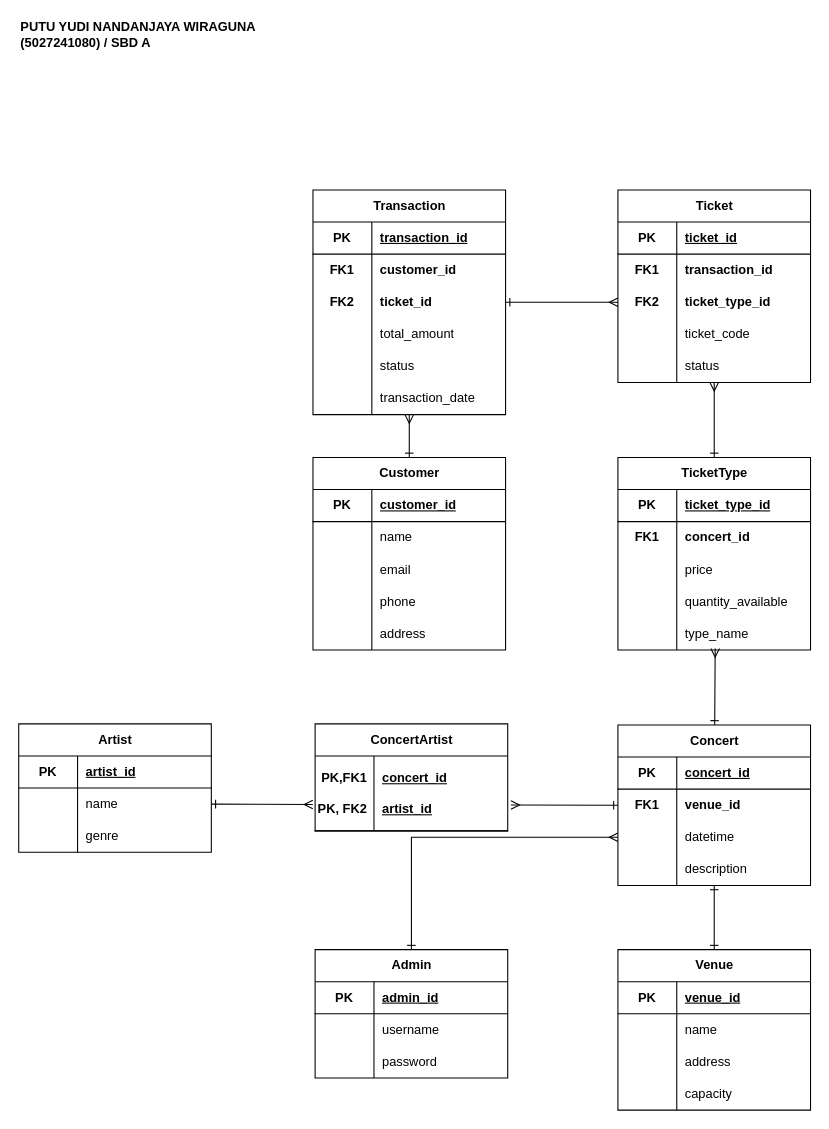
yudi0312/Sistem-Basis-Data keeps this draw.io diagram as Soal3-Modul1-SBD.drawio. Above is the earlier version. Source tidied: cells renumbered, new cells numbered last; positions are measured from the earlier drawing's top-left corner, leaving out a move shared by most shapes. Both pictures are drawn from the tidied source at 107%, with x=0, y=0 at pixel (18, 18).
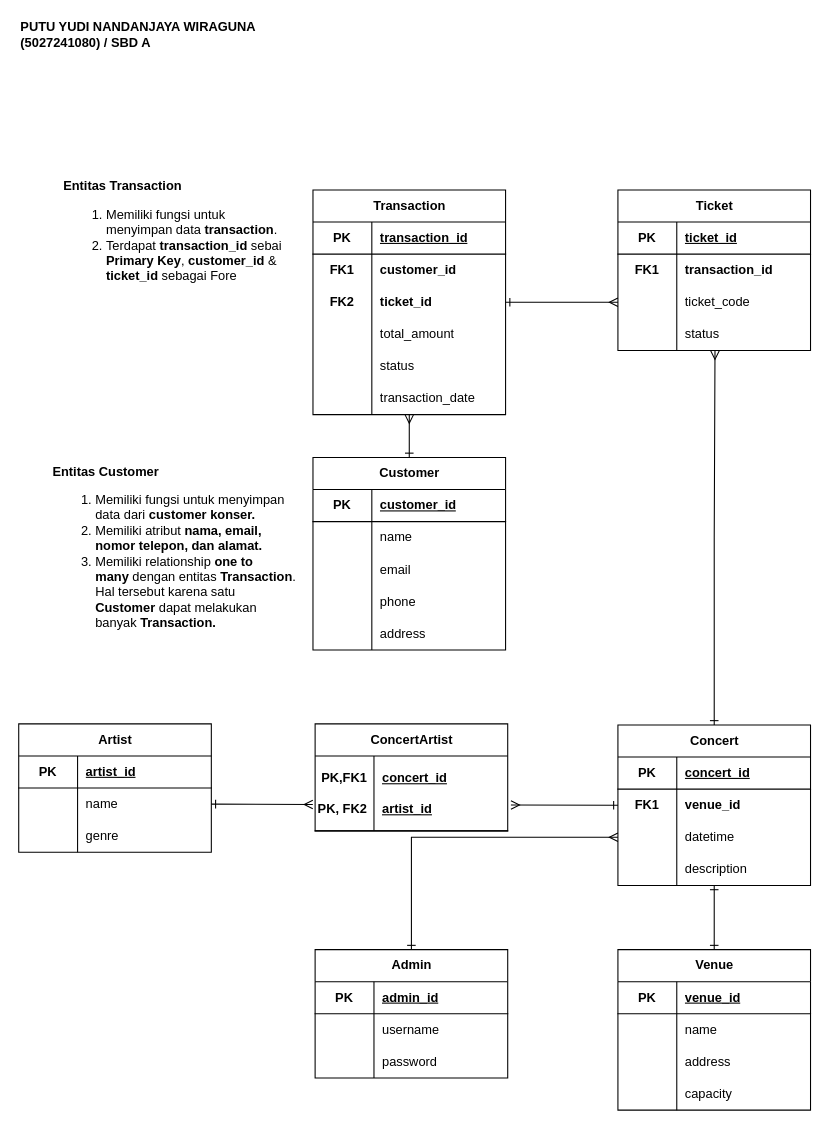
The same diagram, later.

The change refers to these unchanged cells:
```xml
<mxCell id="25" style="shape=tableRow;horizontal=0;startSize=0;swimlaneHead=0;swimlaneBody=0;fillColor=none;points=[[0,0.5],[1,0.5]];portConstraint=eastwest;top=0;left=0;right=0;bottom=0;" parent="18" vertex="1">
  <mxGeometry y="90" width="180" height="30" as="geometry" />
</mxCell>
<mxCell id="69" value="Concert" style="shape=table;startSize=30;childLayout=tableLayout;rowLines=0;fontStyle=1;align=center;html=1;" parent="1" vertex="1">
  <mxGeometry x="560" y="660" width="180" height="150" as="geometry" />
</mxCell>
```

What changed in the source:
```diff
@@
     <mxCell id="37" value="Ticket" style="shape=table;startSize=30;childLayout=tableLayout;rowLines=0;fontStyle=1;align=center;html=1;" parent="1" vertex="1">
-      <mxGeometry x="560" y="160" width="180" height="180" as="geometry" />
+      <mxGeometry x="560" y="160" width="180" height="150" as="geometry" />
     </mxCell>
@@
-    <mxCell id="44" style="shape=tableRow;horizontal=0;startSize=0;swimlaneHead=0;swimlaneBody=0;fillColor=none;points=[[0,0.5],[1,0.5]];portConstraint=eastwest;top=0;left=0;right=0;bottom=0;" parent="37" vertex="1">
-      <mxGeometry y="90" width="180" height="30" as="geometry" />
-    </mxCell>
-    <mxCell id="45" value="&lt;b&gt;FK2&lt;/b&gt;" style="shape=partialRectangle;fillColor=none;top=0;left=0;bottom=0;right=0;overflow=hidden;whiteSpace=wrap;html=1;" parent="44" vertex="1">
-      <mxGeometry width="55" height="30" as="geometry" />
-    </mxCell>
-    <mxCell id="46" value="&lt;b&gt;ticket_type_id&lt;/b&gt;" style="shape=partialRectangle;fillColor=none;top=0;left=0;bottom=0;right=0;align=left;spacingLeft=6;overflow=hidden;whiteSpace=wrap;html=1;" parent="44" vertex="1">
-      <mxGeometry x="55" width="125" height="30" as="geometry" />
-    </mxCell>
     <mxCell id="47" style="shape=tableRow;horizontal=0;startSize=0;swimlaneHead=0;swimlaneBody=0;fillColor=none;top=0;left=0;right=0;bottom=0;" parent="37" vertex="1">
-      <mxGeometry y="120" width="180" height="30" as="geometry" />
+      <mxGeometry y="90" width="180" height="30" as="geometry" />
     </mxCell>
@@
     <mxCell id="50" style="shape=tableRow;horizontal=0;startSize=0;swimlaneHead=0;swimlaneBody=0;fillColor=none;points=[[0,0.5],[1,0.5]];portConstraint=eastwest;top=0;left=0;right=0;bottom=0;" parent="37" vertex="1">
-      <mxGeometry y="150" width="180" height="30" as="geometry" />
+      <mxGeometry y="120" width="180" height="30" as="geometry" />
     </mxCell>
@@
-    <mxCell id="53" value="TicketType" style="shape=table;startSize=30;childLayout=tableLayout;rowLines=0;fontStyle=1;align=center;html=1;" parent="1" vertex="1">
-      <mxGeometry x="560" y="410" width="180" height="180" as="geometry" />
-    </mxCell>
-    <mxCell id="54" style="shape=tableRow;horizontal=0;startSize=0;swimlaneHead=0;swimlaneBody=0;fillColor=none;top=0;left=0;right=0;bottom=1;" parent="53" vertex="1">
-      <mxGeometry y="30" width="180" height="30" as="geometry" />
-    </mxCell>
-    <mxCell id="55" value="PK" style="shape=partialRectangle;fillColor=none;top=0;left=0;bottom=0;right=0;fontStyle=1;overflow=hidden;whiteSpace=wrap;html=1;" parent="54" vertex="1">
-      <mxGeometry width="55" height="30" as="geometry" />
-    </mxCell>
-    <mxCell id="56" value="ticket_type_id" style="shape=partialRectangle;fillColor=none;top=0;left=0;bottom=0;right=0;align=left;spacingLeft=6;fontStyle=5;overflow=hidden;whiteSpace=wrap;html=1;" parent="54" vertex="1">
-      <mxGeometry x="55" width="125" height="30" as="geometry" />
-    </mxCell>
-    <mxCell id="57" style="shape=tableRow;horizontal=0;startSize=0;swimlaneHead=0;swimlaneBody=0;fillColor=none;top=0;left=0;right=0;bottom=0;" parent="53" vertex="1">
-      <mxGeometry y="60" width="180" height="30" as="geometry" />
-    </mxCell>
-    <mxCell id="58" value="&lt;b&gt;FK1&lt;/b&gt;" style="shape=partialRectangle;fillColor=none;top=0;left=0;bottom=0;right=0;overflow=hidden;whiteSpace=wrap;html=1;" parent="57" vertex="1">
-      <mxGeometry width="55" height="30" as="geometry" />
-    </mxCell>
-    <mxCell id="59" value="&lt;b&gt;concert_id&lt;/b&gt;" style="shape=partialRectangle;fillColor=none;top=0;left=0;bottom=0;right=0;align=left;spacingLeft=6;overflow=hidden;whiteSpace=wrap;html=1;" parent="57" vertex="1">
-      <mxGeometry x="55" width="125" height="30" as="geometry" />
-    </mxCell>
-    <mxCell id="60" style="shape=tableRow;horizontal=0;startSize=0;swimlaneHead=0;swimlaneBody=0;fillColor=none;top=0;left=0;right=0;bottom=0;" parent="53" vertex="1">
-      <mxGeometry y="90" width="180" height="30" as="geometry" />
-    </mxCell>
-    <mxCell id="61" style="shape=partialRectangle;fillColor=none;top=0;left=0;bottom=0;right=0;overflow=hidden;whiteSpace=wrap;html=1;" parent="60" vertex="1">
-      <mxGeometry width="55" height="30" as="geometry" />
-    </mxCell>
-    <mxCell id="62" value="price" style="shape=partialRectangle;fillColor=none;top=0;left=0;bottom=0;right=0;align=left;spacingLeft=6;overflow=hidden;whiteSpace=wrap;html=1;" parent="60" vertex="1">
-      <mxGeometry x="55" width="125" height="30" as="geometry" />
-    </mxCell>
-    <mxCell id="63" style="shape=tableRow;horizontal=0;startSize=0;swimlaneHead=0;swimlaneBody=0;fillColor=none;top=0;left=0;right=0;bottom=0;" parent="53" vertex="1">
-      <mxGeometry y="120" width="180" height="30" as="geometry" />
-    </mxCell>
-    <mxCell id="64" style="shape=partialRectangle;fillColor=none;top=0;left=0;bottom=0;right=0;overflow=hidden;whiteSpace=wrap;html=1;" parent="63" vertex="1">
-      <mxGeometry width="55" height="30" as="geometry" />
-    </mxCell>
-    <mxCell id="65" value="quantity_available" style="shape=partialRectangle;fillColor=none;top=0;left=0;bottom=0;right=0;align=left;spacingLeft=6;overflow=hidden;whiteSpace=wrap;html=1;" parent="63" vertex="1">
-      <mxGeometry x="55" width="125" height="30" as="geometry" />
-    </mxCell>
-    <mxCell id="66" style="shape=tableRow;horizontal=0;startSize=0;swimlaneHead=0;swimlaneBody=0;fillColor=none;points=[[0,0.5],[1,0.5]];portConstraint=eastwest;top=0;left=0;right=0;bottom=0;" parent="53" vertex="1">
-      <mxGeometry y="150" width="180" height="30" as="geometry" />
-    </mxCell>
-    <mxCell id="67" style="shape=partialRectangle;fillColor=none;top=0;left=0;bottom=0;right=0;overflow=hidden;whiteSpace=wrap;html=1;" parent="66" vertex="1">
-      <mxGeometry width="55" height="30" as="geometry" />
-    </mxCell>
-    <mxCell id="68" value="type_name" style="shape=partialRectangle;fillColor=none;top=0;left=0;bottom=0;right=0;align=left;spacingLeft=6;overflow=hidden;whiteSpace=wrap;html=1;" parent="66" vertex="1">
-      <mxGeometry x="55" width="125" height="30" as="geometry" />
-    </mxCell>
@@
-    <mxCell id="121" style="edgeStyle=none;rounded=0;jettySize=auto;html=1;entryX=0;entryY=0.5;entryDx=0;entryDy=0;startArrow=ERone;startFill=0;endArrow=ERmany;endFill=0;" parent="1" edge="1" source="25" target="44">
-      <mxGeometry relative="1" as="geometry" />
+    <mxCell id="121" style="edgeStyle=none;rounded=0;jettySize=auto;html=1;entryX=0;entryY=0.5;entryDx=0;entryDy=0;startArrow=ERone;startFill=0;endArrow=ERmany;endFill=0;" parent="1" edge="1" source="25">
+      <mxGeometry relative="1" as="geometry">
+        <mxPoint x="560" y="265" as="targetPoint" />
+      </mxGeometry>
     </mxCell>
-    <mxCell id="122" style="edgeStyle=none;rounded=0;jettySize=auto;html=1;entryX=0.5;entryY=1;entryDx=0;entryDy=0;entryPerimeter=0;endArrow=ERmany;endFill=0;startArrow=ERone;startFill=0;" parent="1" edge="1" source="53" target="50">
-      <mxGeometry relative="1" as="geometry" />
-    </mxCell>
-    <mxCell id="123" style="edgeStyle=none;rounded=0;jettySize=auto;html=1;entryX=0.505;entryY=0.954;entryDx=0;entryDy=0;entryPerimeter=0;endArrow=ERmany;endFill=0;startArrow=ERone;startFill=0;" parent="1" edge="1" source="69" target="66">
-      <mxGeometry relative="1" as="geometry" />
-    </mxCell>
@@
+    <mxCell id="128" style="edgeStyle=orthogonalEdgeStyle;rounded=0;jettySize=auto;html=1;exitX=0.5;exitY=0;exitDx=0;exitDy=0;entryX=0.504;entryY=1.013;entryDx=0;entryDy=0;entryPerimeter=0;endArrow=ERmany;endFill=0;startArrow=ERone;startFill=0;" parent="1" edge="1" source="69" target="50">
+      <mxGeometry relative="1" as="geometry" />
+    </mxCell>
+    <mxCell id="129" value="&lt;b&gt;Entitas Customer&lt;/b&gt;&amp;nbsp;&lt;br&gt;&lt;ol style=&quot;&quot;&gt;&lt;li style=&quot;&quot;&gt;&lt;span style=&quot;background-color: transparent; color: light-dark(rgb(0, 0, 0), rgb(255, 255, 255));&quot;&gt;Memiliki fungsi untuk menyimpan data dari &lt;b&gt;customer konser.&amp;nbsp;&lt;/b&gt;&lt;/span&gt;&lt;/li&gt;&lt;li style=&quot;&quot;&gt;&lt;span style=&quot;background-color: transparent; color: light-dark(rgb(0, 0, 0), rgb(255, 255, 255));&quot;&gt;Memiliki atribut &lt;b&gt;nama, email, nomor telepon, dan alamat.&amp;nbsp;&lt;/b&gt;&lt;/span&gt;&lt;/li&gt;&lt;li style=&quot;&quot;&gt;&lt;span style=&quot;background-color: transparent; color: light-dark(rgb(0, 0, 0), rgb(255, 255, 255));&quot;&gt;Memiliki relationship&amp;nbsp;&lt;/span&gt;&lt;span style=&quot;background-color: transparent; color: light-dark(rgb(0, 0, 0), rgb(255, 255, 255));&quot;&gt;&lt;b&gt;one to many&lt;/b&gt;&amp;nbsp;&lt;/span&gt;&lt;span style=&quot;background-color: transparent; color: light-dark(rgb(0, 0, 0), rgb(255, 255, 255));&quot;&gt;dengan entitas &lt;/span&gt;&lt;span style=&quot;background-color: transparent; color: light-dark(rgb(0, 0, 0), rgb(255, 255, 255));&quot;&gt;&lt;b&gt;Transaction&lt;/b&gt;. &lt;/span&gt;&lt;span style=&quot;background-color: transparent; color: light-dark(rgb(0, 0, 0), rgb(255, 255, 255));&quot;&gt;Hal tersebut karena satu &lt;/span&gt;&lt;span style=&quot;background-color: transparent; color: light-dark(rgb(0, 0, 0), rgb(255, 255, 255));&quot;&gt;&lt;b&gt;Customer&lt;/b&gt; &lt;/span&gt;&lt;span style=&quot;background-color: transparent; color: light-dark(rgb(0, 0, 0), rgb(255, 255, 255));&quot;&gt;dapat melakukan banyak &lt;/span&gt;&lt;span style=&quot;background-color: transparent; color: light-dark(rgb(0, 0, 0), rgb(255, 255, 255));&quot;&gt;&lt;b&gt;Transaction.&lt;/b&gt;&amp;nbsp;&lt;/span&gt;&lt;/li&gt;&lt;/ol&gt;" style="text;html=1;align=left;verticalAlign=middle;whiteSpace=wrap;rounded=0;" parent="1" vertex="1">
+      <mxGeometry x="30" y="485" width="230" height="30" as="geometry" />
+    </mxCell>
+    <mxCell id="130" value="&lt;b&gt;Entitas Transaction&lt;/b&gt;&lt;div&gt;&lt;ol&gt;&lt;li style=&quot;&quot;&gt;Memiliki fungsi untuk menyimpan data &lt;b&gt;transaction&lt;/b&gt;.&amp;nbsp;&lt;/li&gt;&lt;li style=&quot;&quot;&gt;Terdapat &lt;b&gt;transaction_id &lt;/b&gt;sebai &lt;b&gt;Primary Key&lt;/b&gt;, &lt;b&gt;customer_id &lt;/b&gt;&amp;amp; &lt;b&gt;ticket_id &lt;/b&gt;sebagai Fore&lt;/li&gt;&lt;/ol&gt;&lt;/div&gt;" style="text;html=1;align=left;verticalAlign=middle;whiteSpace=wrap;rounded=0;" parent="1" vertex="1">
+      <mxGeometry x="40" y="190" width="210" height="30" as="geometry" />
+    </mxCell>
```
